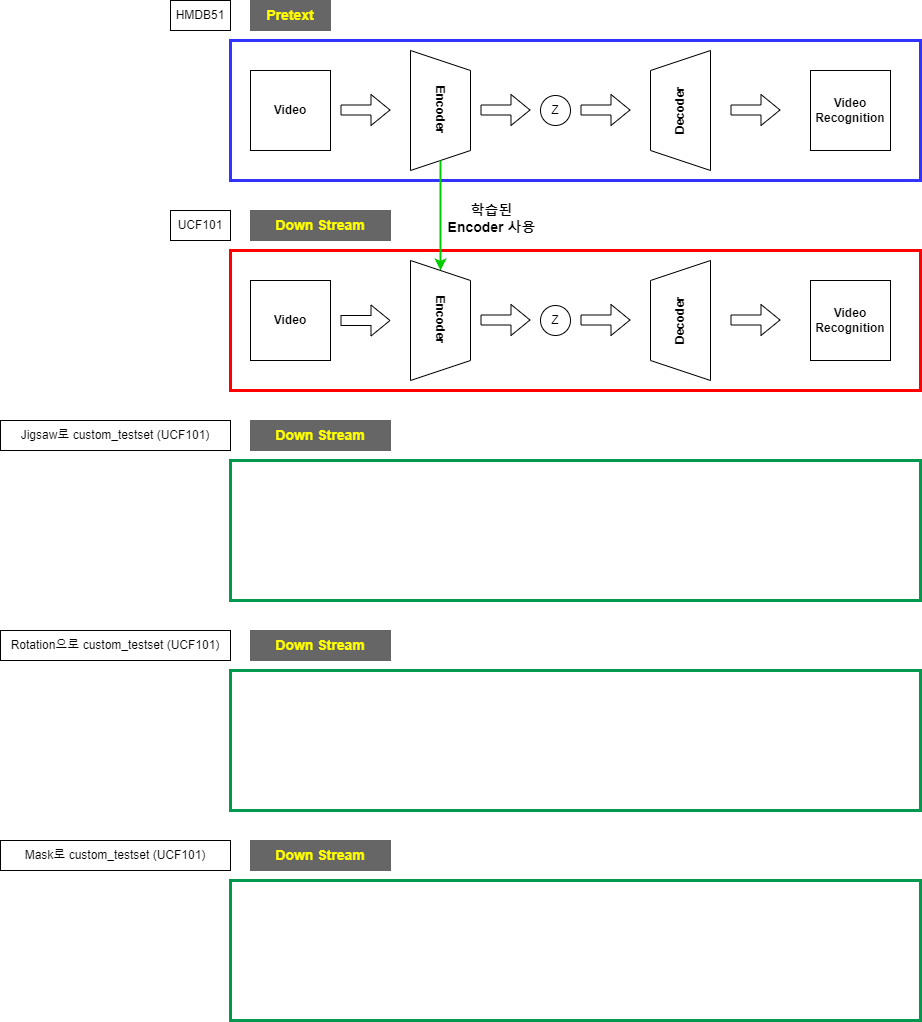
Earlier version of the draw.io export 연구주제.drawio.png (Kyoungrae-Noh/Self-Supervised-Learning). Source tidied: cells renumbered, new cells last; positions are measured from the earlier drawing's top-left corner, leaving out a move shared by most shapes.
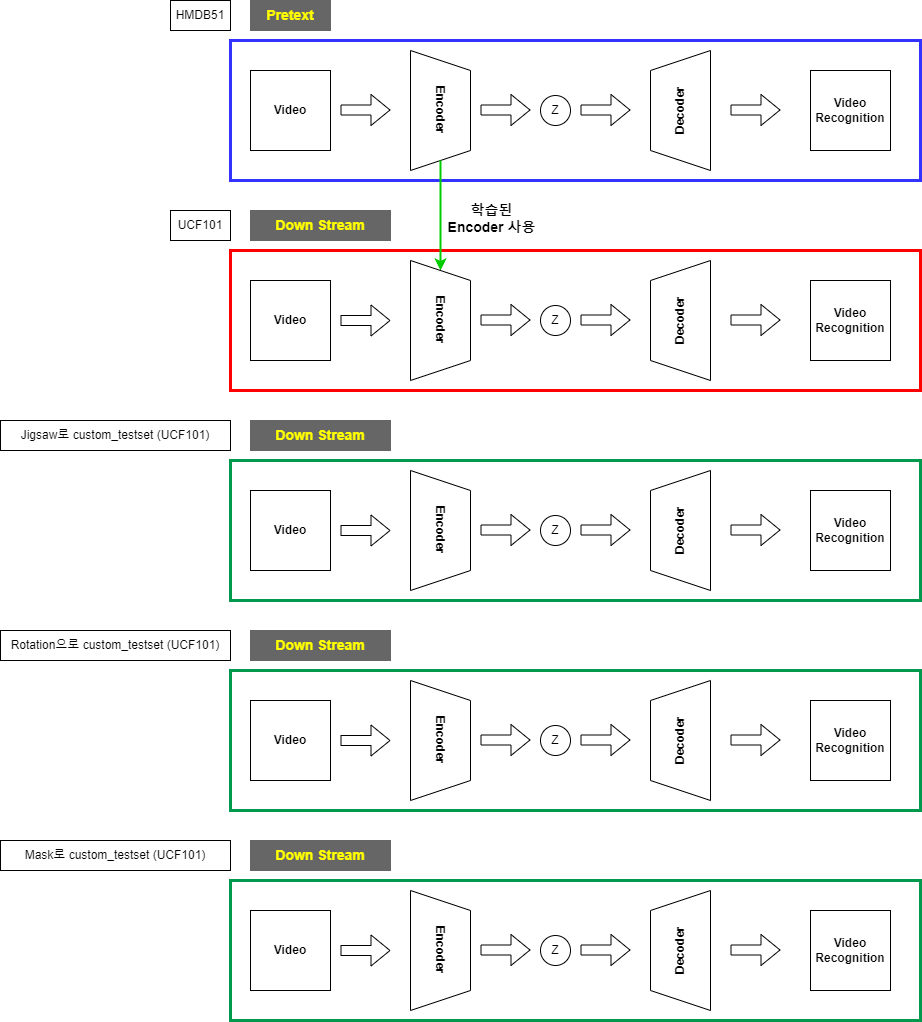
After the change.

Commit message:
연구주제.drawio.png 업데이트

The edit, as a diff of the source:
```diff
@@ -135,5 +135,122 @@
     <mxCell id="36" value="Mask로 custom_testset (UCF101)" style="whiteSpace=wrap;html=1;" parent="1" vertex="1">
       <mxGeometry y="840" width="230" height="30" as="geometry" />
     </mxCell>
+    <mxCell id="37" value="&lt;b&gt;Encoder&lt;/b&gt;" style="shape=trapezoid;perimeter=trapezoidPerimeter;whiteSpace=wrap;html=1;fixedSize=1;rotation=90;" parent="1" vertex="1">
+      <mxGeometry x="380" y="500" width="120" height="60" as="geometry" />
+    </mxCell>
+    <mxCell id="38" value="&lt;b&gt;Video&lt;/b&gt;" style="whiteSpace=wrap;html=1;" parent="1" vertex="1">
+      <mxGeometry x="250" y="490" width="80" height="80" as="geometry" />
+    </mxCell>
+    <mxCell id="39" style="shape=flexArrow;endArrow=classic;html=1;rounded=0;fillColor=#FFFFFF;" parent="1" edge="1">
+      <mxGeometry relative="1" as="geometry">
+        <mxPoint x="340" y="530" as="sourcePoint" />
+        <mxPoint x="390" y="530" as="targetPoint" />
+      </mxGeometry>
+    </mxCell>
+    <mxCell id="40" value="&lt;b&gt;Video&lt;br&gt;Recognition&lt;/b&gt;" style="whiteSpace=wrap;html=1;" parent="1" vertex="1">
+      <mxGeometry x="810" y="490" width="80" height="80" as="geometry" />
+    </mxCell>
+    <mxCell id="41" style="shape=flexArrow;endArrow=classic;html=1;rounded=0;fillColor=#FFFFFF;" parent="1" edge="1">
+      <mxGeometry relative="1" as="geometry">
+        <mxPoint x="730" y="529.5" as="sourcePoint" />
+        <mxPoint x="780" y="529.5" as="targetPoint" />
+      </mxGeometry>
+    </mxCell>
+    <mxCell id="42" value="&lt;b&gt;Decoder&lt;/b&gt;" style="shape=trapezoid;perimeter=trapezoidPerimeter;whiteSpace=wrap;html=1;fixedSize=1;rotation=-90;" parent="1" vertex="1">
+      <mxGeometry x="620" y="500" width="120" height="60" as="geometry" />
+    </mxCell>
+    <mxCell id="43" style="shape=flexArrow;endArrow=classic;html=1;rounded=0;fillColor=#FFFFFF;" parent="1" edge="1">
+      <mxGeometry relative="1" as="geometry">
+        <mxPoint x="480" y="529.5" as="sourcePoint" />
+        <mxPoint x="530" y="529.5" as="targetPoint" />
+      </mxGeometry>
+    </mxCell>
+    <mxCell id="44" value="Z" style="ellipse;whiteSpace=wrap;html=1;" parent="1" vertex="1">
+      <mxGeometry x="540" y="515" width="30" height="30" as="geometry" />
+    </mxCell>
+    <mxCell id="45" style="shape=flexArrow;endArrow=classic;html=1;rounded=0;fillColor=#FFFFFF;" parent="1" edge="1">
+      <mxGeometry relative="1" as="geometry">
+        <mxPoint x="580" y="529.5" as="sourcePoint" />
+        <mxPoint x="630" y="529.5" as="targetPoint" />
+      </mxGeometry>
+    </mxCell>
+    <mxCell id="46" value="&lt;b&gt;Encoder&lt;/b&gt;" style="shape=trapezoid;perimeter=trapezoidPerimeter;whiteSpace=wrap;html=1;fixedSize=1;rotation=90;" parent="1" vertex="1">
+      <mxGeometry x="380" y="710" width="120" height="60" as="geometry" />
+    </mxCell>
+    <mxCell id="47" value="&lt;b&gt;Video&lt;/b&gt;" style="whiteSpace=wrap;html=1;" parent="1" vertex="1">
+      <mxGeometry x="250" y="700" width="80" height="80" as="geometry" />
+    </mxCell>
+    <mxCell id="48" style="shape=flexArrow;endArrow=classic;html=1;rounded=0;fillColor=#FFFFFF;" parent="1" edge="1">
+      <mxGeometry relative="1" as="geometry">
+        <mxPoint x="340" y="740" as="sourcePoint" />
+        <mxPoint x="390" y="740" as="targetPoint" />
+      </mxGeometry>
+    </mxCell>
+    <mxCell id="49" value="&lt;b&gt;Video&lt;br&gt;Recognition&lt;/b&gt;" style="whiteSpace=wrap;html=1;" parent="1" vertex="1">
+      <mxGeometry x="810" y="700" width="80" height="80" as="geometry" />
+    </mxCell>
+    <mxCell id="50" style="shape=flexArrow;endArrow=classic;html=1;rounded=0;fillColor=#FFFFFF;" parent="1" edge="1">
+      <mxGeometry relative="1" as="geometry">
+        <mxPoint x="730" y="739.5" as="sourcePoint" />
+        <mxPoint x="780" y="739.5" as="targetPoint" />
+      </mxGeometry>
+    </mxCell>
+    <mxCell id="51" value="&lt;b&gt;Decoder&lt;/b&gt;" style="shape=trapezoid;perimeter=trapezoidPerimeter;whiteSpace=wrap;html=1;fixedSize=1;rotation=-90;" parent="1" vertex="1">
+      <mxGeometry x="620" y="710" width="120" height="60" as="geometry" />
+    </mxCell>
+    <mxCell id="52" style="shape=flexArrow;endArrow=classic;html=1;rounded=0;fillColor=#FFFFFF;" parent="1" edge="1">
+      <mxGeometry relative="1" as="geometry">
+        <mxPoint x="480" y="739.5" as="sourcePoint" />
+        <mxPoint x="530" y="739.5" as="targetPoint" />
+      </mxGeometry>
+    </mxCell>
+    <mxCell id="53" value="Z" style="ellipse;whiteSpace=wrap;html=1;" parent="1" vertex="1">
+      <mxGeometry x="540" y="725" width="30" height="30" as="geometry" />
+    </mxCell>
+    <mxCell id="54" style="shape=flexArrow;endArrow=classic;html=1;rounded=0;fillColor=#FFFFFF;" parent="1" edge="1">
+      <mxGeometry relative="1" as="geometry">
+        <mxPoint x="580" y="739.5" as="sourcePoint" />
+        <mxPoint x="630" y="739.5" as="targetPoint" />
+      </mxGeometry>
+    </mxCell>
+    <mxCell id="55" value="&lt;b&gt;Encoder&lt;/b&gt;" style="shape=trapezoid;perimeter=trapezoidPerimeter;whiteSpace=wrap;html=1;fixedSize=1;rotation=90;" parent="1" vertex="1">
+      <mxGeometry x="380" y="920" width="120" height="60" as="geometry" />
+    </mxCell>
+    <mxCell id="56" value="&lt;b&gt;Video&lt;/b&gt;" style="whiteSpace=wrap;html=1;" parent="1" vertex="1">
+      <mxGeometry x="250" y="910" width="80" height="80" as="geometry" />
+    </mxCell>
+    <mxCell id="57" style="shape=flexArrow;endArrow=classic;html=1;rounded=0;fillColor=#FFFFFF;" parent="1" edge="1">
+      <mxGeometry relative="1" as="geometry">
+        <mxPoint x="340" y="950" as="sourcePoint" />
+        <mxPoint x="390" y="950" as="targetPoint" />
+      </mxGeometry>
+    </mxCell>
+    <mxCell id="58" value="&lt;b&gt;Video&lt;br&gt;Recognition&lt;/b&gt;" style="whiteSpace=wrap;html=1;" parent="1" vertex="1">
+      <mxGeometry x="810" y="910" width="80" height="80" as="geometry" />
+    </mxCell>
+    <mxCell id="59" style="shape=flexArrow;endArrow=classic;html=1;rounded=0;fillColor=#FFFFFF;" parent="1" edge="1">
+      <mxGeometry relative="1" as="geometry">
+        <mxPoint x="730" y="949.5" as="sourcePoint" />
+        <mxPoint x="780" y="949.5" as="targetPoint" />
+      </mxGeometry>
+    </mxCell>
+    <mxCell id="60" value="&lt;b&gt;Decoder&lt;/b&gt;" style="shape=trapezoid;perimeter=trapezoidPerimeter;whiteSpace=wrap;html=1;fixedSize=1;rotation=-90;" parent="1" vertex="1">
+      <mxGeometry x="620" y="920" width="120" height="60" as="geometry" />
+    </mxCell>
+    <mxCell id="61" style="shape=flexArrow;endArrow=classic;html=1;rounded=0;fillColor=#FFFFFF;" parent="1" edge="1">
+      <mxGeometry relative="1" as="geometry">
+        <mxPoint x="480" y="949.5" as="sourcePoint" />
+        <mxPoint x="530" y="949.5" as="targetPoint" />
+      </mxGeometry>
+    </mxCell>
+    <mxCell id="62" value="Z" style="ellipse;whiteSpace=wrap;html=1;" parent="1" vertex="1">
+      <mxGeometry x="540" y="935" width="30" height="30" as="geometry" />
+    </mxCell>
+    <mxCell id="63" style="shape=flexArrow;endArrow=classic;html=1;rounded=0;fillColor=#FFFFFF;" parent="1" edge="1">
+      <mxGeometry relative="1" as="geometry">
+        <mxPoint x="580" y="949.5" as="sourcePoint" />
+        <mxPoint x="630" y="949.5" as="targetPoint" />
+      </mxGeometry>
+    </mxCell>
   </root>
 </mxGraphModel>
```
